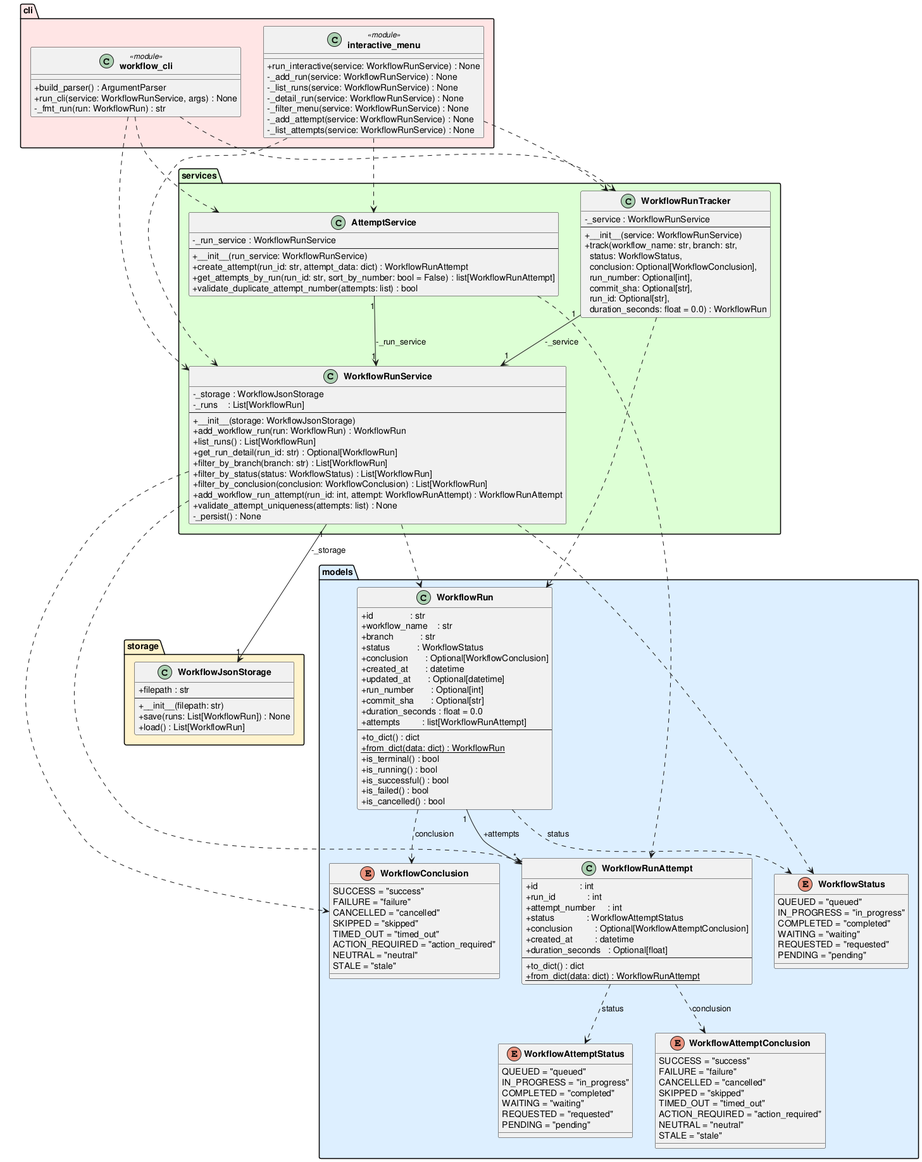
Before: experiments/supervisor_as_tools/user_stories/github-workflow-manager/artifacts/class_diagram.png, a diagram exported from PlantUML (DanielRiha8906/Software_autoevolution_using_agents).
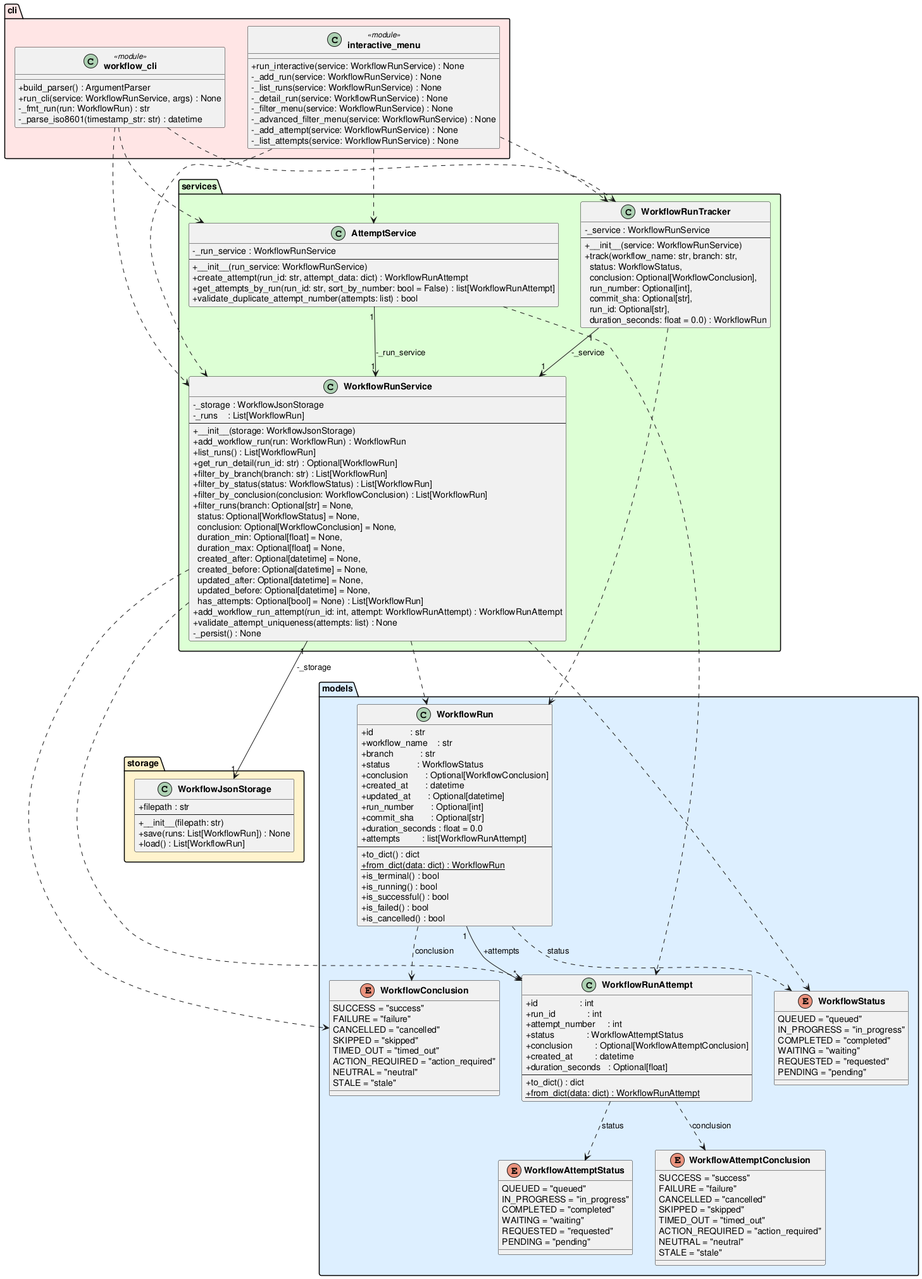
After the change.

The edit, as a diff of the source:
```diff
@@ -102,6 +102,7 @@
         +filter_by_branch(branch: str) : List[WorkflowRun]
         +filter_by_status(status: WorkflowStatus) : List[WorkflowRun]
         +filter_by_conclusion(conclusion: WorkflowConclusion) : List[WorkflowRun]
+        +filter_runs(branch: Optional[str] = None,\n  status: Optional[WorkflowStatus] = None,\n  conclusion: Optional[WorkflowConclusion] = None,\n  duration_min: Optional[float] = None,\n  duration_max: Optional[float] = None,\n  created_after: Optional[datetime] = None,\n  created_before: Optional[datetime] = None,\n  updated_after: Optional[datetime] = None,\n  updated_before: Optional[datetime] = None,\n  has_attempts: Optional[bool] = None) : List[WorkflowRun]
         +add_workflow_run_attempt(run_id: int, attempt: WorkflowRunAttempt) : WorkflowRunAttempt
         +validate_attempt_uniqueness(attempts: list) : None
         -_persist() : None
@@ -129,6 +130,7 @@
         +build_parser() : ArgumentParser
         +run_cli(service: WorkflowRunService, args) : None
         -_fmt_run(run: WorkflowRun) : str
+        -_parse_iso8601(timestamp_str: str) : datetime
     }
 
     class "interactive_menu" <<module>> {
@@ -137,6 +139,7 @@
         -_list_runs(service: WorkflowRunService) : None
         -_detail_run(service: WorkflowRunService) : None
         -_filter_menu(service: WorkflowRunService) : None
+        -_advanced_filter_menu(service: WorkflowRunService) : None
         -_add_attempt(service: WorkflowRunService) : None
         -_list_attempts(service: WorkflowRunService) : None
     }
```
